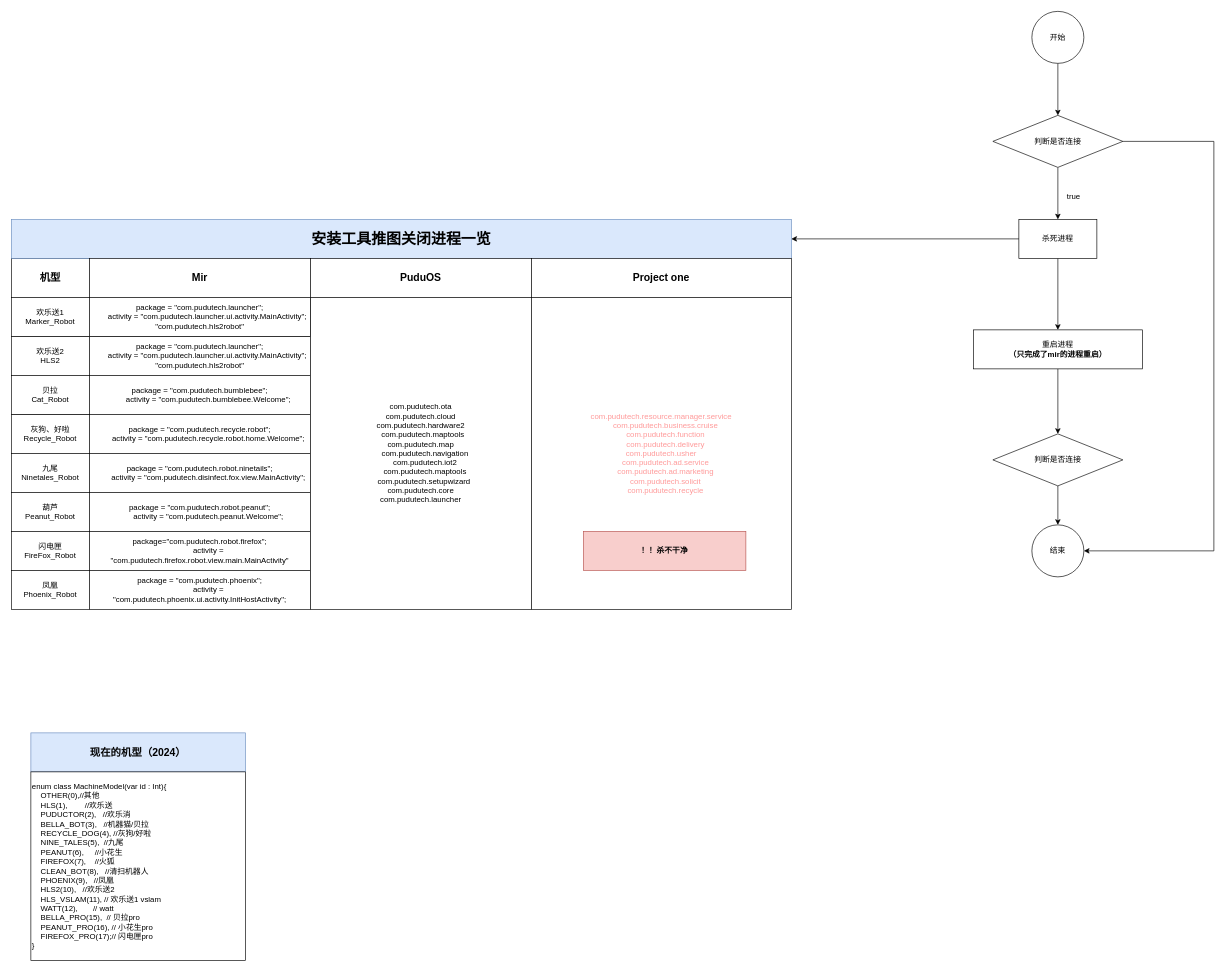
Before: page "重启操作" (2 of 4) of 推送地图流程图.drawio in Jev0987/drawioFile, a draw.io diagram. Source tidied: cells renumbered, new cells numbered last; positions are measured from the earlier drawing's top-left corner, leaving out a move shared by most shapes. Both pictures are drawn from the tidied source at 65%, with x=0, y=0 at pixel (11, 11).
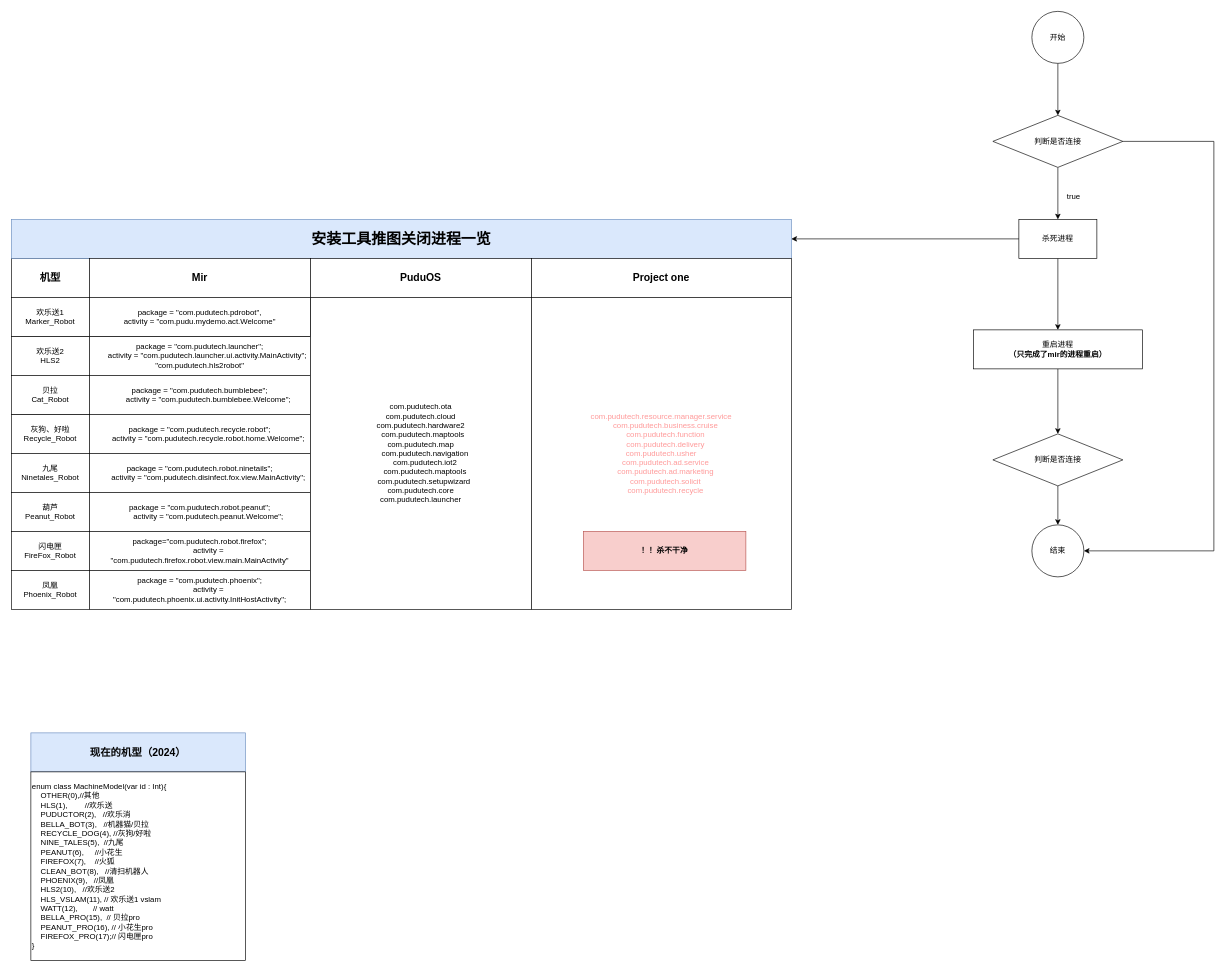
The same diagram, later.

The change refers to these unchanged cells:
```xml
<mxCell id="2" style="group;" parent="1" vertex="1">
  <mxGeometry y="320" width="1200" height="600" as="geometry" />
</mxCell>
```

Change to the diagram source:
```diff
@@
-    <mxCell id="26" value="&lt;div&gt;package = &quot;com.pudutech.launcher&quot;;&lt;/div&gt;&lt;div&gt;&amp;nbsp; &amp;nbsp; &amp;nbsp; &amp;nbsp;activity = &quot;com.pudutech.launcher.ui.activity.MainActivity&quot;;&lt;br&gt;&quot;com.pudutech.hls2robot&quot;&lt;br&gt;&lt;/div&gt;" style="whiteSpace=wrap;html=1;" parent="2" vertex="1">
+    <mxCell id="26" value="&lt;div&gt;&lt;span style=&quot;background-color: initial;&quot;&gt;package =&lt;/span&gt;&lt;span style=&quot;background-color: initial;&quot;&gt;&amp;nbsp;&lt;/span&gt;&quot;com.pudutech.pdrobot&quot;,&lt;/div&gt;&lt;div&gt;&lt;span style=&quot;background-color: initial;&quot;&gt;activity =&lt;/span&gt;&lt;span style=&quot;background-color: initial;&quot;&gt;&amp;nbsp;&lt;/span&gt;&lt;span style=&quot;background-color: initial;&quot;&gt;&quot;com.pudu.mydemo.act.Welcome&quot;&lt;/span&gt;&lt;/div&gt;" style="whiteSpace=wrap;html=1;" parent="2" vertex="1">
       <mxGeometry x="120" y="120" width="340" height="60" as="geometry" />
     </mxCell>
```
